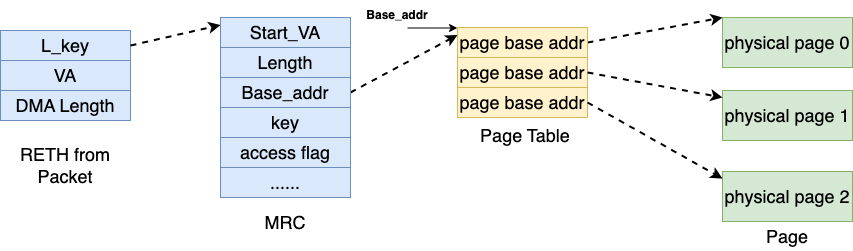
This is images/MR_Buffer1.png from Lion-tang/RDMA-Networks-Management, a draw.io export, as it was before one commit. Source tidied: cells renumbered, new cells last; positions are measured from the earlier drawing's top-left corner, leaving out a move shared by most shapes. Source of this version:
```xml
<mxGraphModel>
  <root>
    <mxCell id="0" />
    <mxCell id="1" parent="0" />
    <mxCell id="2" value="L_key" style="rounded=0;whiteSpace=wrap;html=1;fontSize=18;fillColor=#dae8fc;strokeColor=#6c8ebf;" parent="1" vertex="1">
      <mxGeometry y="30" width="130" height="30" as="geometry" />
    </mxCell>
    <mxCell id="3" style="rounded=0;jettySize=auto;html=1;exitX=1;exitY=0.5;exitDx=0;exitDy=0;entryX=0;entryY=0.25;entryDx=0;entryDy=0;dashed=1;strokeWidth=2;" parent="1" edge="1" source="2" target="7">
      <mxGeometry relative="1" as="geometry" />
    </mxCell>
    <mxCell id="4" value="VA" style="rounded=0;whiteSpace=wrap;html=1;fontSize=18;fillColor=#dae8fc;strokeColor=#6c8ebf;" parent="1" vertex="1">
      <mxGeometry y="60" width="130" height="30" as="geometry" />
    </mxCell>
    <mxCell id="5" value="&lt;font style=&quot;font-size: 18px;&quot;&gt;RETH from Packet&lt;/font&gt;" style="text;html=1;strokeColor=none;fillColor=none;align=center;verticalAlign=middle;whiteSpace=wrap;rounded=0;" parent="1" vertex="1">
      <mxGeometry x="10" y="150" width="110" height="30" as="geometry" />
    </mxCell>
    <mxCell id="6" value="DMA Length" style="rounded=0;whiteSpace=wrap;html=1;fontSize=18;fillColor=#dae8fc;strokeColor=#6c8ebf;" parent="1" vertex="1">
      <mxGeometry y="90" width="130" height="30" as="geometry" />
    </mxCell>
    <mxCell id="7" value="Start_VA" style="rounded=0;whiteSpace=wrap;html=1;fontSize=18;fillColor=#dae8fc;strokeColor=#6c8ebf;" parent="1" vertex="1">
      <mxGeometry x="220" y="17" width="130" height="30" as="geometry" />
    </mxCell>
    <mxCell id="8" value="Length" style="rounded=0;whiteSpace=wrap;html=1;fontSize=18;fillColor=#dae8fc;strokeColor=#6c8ebf;" parent="1" vertex="1">
      <mxGeometry x="220" y="47" width="130" height="30" as="geometry" />
    </mxCell>
    <mxCell id="9" value="&lt;font style=&quot;font-size: 18px;&quot;&gt;MRC&lt;/font&gt;" style="text;html=1;strokeColor=none;fillColor=none;align=center;verticalAlign=middle;whiteSpace=wrap;rounded=0;" parent="1" vertex="1">
      <mxGeometry x="255" y="207" width="60" height="30" as="geometry" />
    </mxCell>
    <mxCell id="10" style="rounded=0;jettySize=auto;html=1;exitX=1;exitY=0.5;exitDx=0;exitDy=0;entryX=0;entryY=0.25;entryDx=0;entryDy=0;dashed=1;strokeWidth=2;" parent="1" edge="1" source="11" target="15">
      <mxGeometry relative="1" as="geometry" />
    </mxCell>
    <mxCell id="11" value="Base_addr" style="rounded=0;whiteSpace=wrap;html=1;fontSize=18;fillColor=#dae8fc;strokeColor=#6c8ebf;" parent="1" vertex="1">
      <mxGeometry x="220" y="77" width="130" height="30" as="geometry" />
    </mxCell>
    <mxCell id="12" value="key" style="rounded=0;whiteSpace=wrap;html=1;fontSize=18;fillColor=#dae8fc;strokeColor=#6c8ebf;" parent="1" vertex="1">
      <mxGeometry x="220" y="107" width="130" height="30" as="geometry" />
    </mxCell>
    <mxCell id="13" value="access flag" style="rounded=0;whiteSpace=wrap;html=1;fontSize=18;fillColor=#dae8fc;strokeColor=#6c8ebf;" parent="1" vertex="1">
      <mxGeometry x="220" y="137" width="130" height="30" as="geometry" />
    </mxCell>
    <mxCell id="14" style="rounded=0;jettySize=auto;html=1;exitX=1;exitY=0.5;exitDx=0;exitDy=0;entryX=0;entryY=0;entryDx=0;entryDy=0;dashed=1;strokeWidth=2;" parent="1" edge="1" source="15" target="19">
      <mxGeometry relative="1" as="geometry" />
    </mxCell>
    <mxCell id="15" value="page base addr" style="rounded=0;whiteSpace=wrap;html=1;fontSize=18;fillColor=#fff2cc;strokeColor=#d6b656;" parent="1" vertex="1">
      <mxGeometry x="457" y="27" width="130" height="30" as="geometry" />
    </mxCell>
    <mxCell id="16" value="page base addr" style="rounded=0;whiteSpace=wrap;html=1;fontSize=18;fillColor=#fff2cc;strokeColor=#d6b656;" parent="1" vertex="1">
      <mxGeometry x="457" y="57" width="130" height="30" as="geometry" />
    </mxCell>
    <mxCell id="17" value="page base addr" style="rounded=0;whiteSpace=wrap;html=1;fontSize=18;fillColor=#fff2cc;strokeColor=#d6b656;" parent="1" vertex="1">
      <mxGeometry x="457" y="87" width="130" height="30" as="geometry" />
    </mxCell>
    <mxCell id="18" value="&lt;font style=&quot;font-size: 18px;&quot;&gt;Page Table&lt;/font&gt;" style="text;html=1;strokeColor=none;fillColor=none;align=center;verticalAlign=middle;whiteSpace=wrap;rounded=0;" parent="1" vertex="1">
      <mxGeometry x="469.5" y="120" width="110" height="30" as="geometry" />
    </mxCell>
    <mxCell id="19" value="physical page 0" style="rounded=0;whiteSpace=wrap;html=1;fontSize=18;fillColor=#d5e8d4;strokeColor=#82b366;" parent="1" vertex="1">
      <mxGeometry x="722" y="17" width="130" height="50" as="geometry" />
    </mxCell>
    <mxCell id="20" value="physical page 1" style="rounded=0;whiteSpace=wrap;html=1;fontSize=18;fillColor=#d5e8d4;strokeColor=#82b366;" parent="1" vertex="1">
      <mxGeometry x="722" y="90" width="130" height="50" as="geometry" />
    </mxCell>
    <mxCell id="21" value="physical page 2" style="rounded=0;whiteSpace=wrap;html=1;fontSize=18;fillColor=#d5e8d4;strokeColor=#82b366;" parent="1" vertex="1">
      <mxGeometry x="722" y="171" width="130" height="50" as="geometry" />
    </mxCell>
    <mxCell id="22" style="rounded=0;jettySize=auto;html=1;exitX=1;exitY=0.5;exitDx=0;exitDy=0;entryX=0;entryY=0.14;entryDx=0;entryDy=0;entryPerimeter=0;strokeWidth=2;dashed=1;" parent="1" edge="1" source="16" target="20">
      <mxGeometry relative="1" as="geometry" />
    </mxCell>
    <mxCell id="23" style="rounded=0;jettySize=auto;html=1;exitX=1;exitY=0.5;exitDx=0;exitDy=0;entryX=0;entryY=0.14;entryDx=0;entryDy=0;entryPerimeter=0;strokeWidth=2;dashed=1;" parent="1" edge="1" source="17" target="21">
      <mxGeometry relative="1" as="geometry" />
    </mxCell>
    <mxCell id="24" value="&lt;b&gt;Base_addr&lt;/b&gt;" style="text;html=1;strokeColor=none;fillColor=none;align=center;verticalAlign=middle;whiteSpace=wrap;rounded=0;" parent="1" vertex="1">
      <mxGeometry x="367" width="60" height="30" as="geometry" />
    </mxCell>
    <mxCell id="25" style="endArrow=classic;html=1;rounded=0;exitX=1;exitY=1;exitDx=0;exitDy=0;" parent="1" edge="1">
      <mxGeometry relative="1" as="geometry">
        <mxPoint x="407" y="27.5" as="sourcePoint" />
        <mxPoint x="457" y="27.5" as="targetPoint" />
      </mxGeometry>
    </mxCell>
    <mxCell id="26" value="&lt;font style=&quot;font-size: 18px;&quot;&gt;Page&lt;br&gt;&lt;/font&gt;" style="text;html=1;strokeColor=none;fillColor=none;align=center;verticalAlign=middle;whiteSpace=wrap;rounded=0;" parent="1" vertex="1">
      <mxGeometry x="732" y="221" width="110" height="30" as="geometry" />
    </mxCell>
    <mxCell id="27" value="......" style="rounded=0;whiteSpace=wrap;html=1;fontSize=18;fillColor=#dae8fc;strokeColor=#6c8ebf;" parent="1" vertex="1">
      <mxGeometry x="220" y="167" width="130" height="30" as="geometry" />
    </mxCell>
  </root>
</mxGraphModel>
```
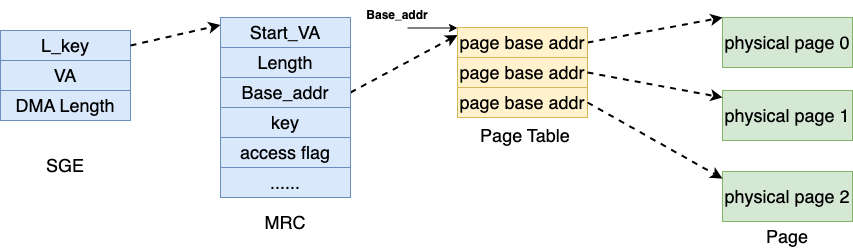
After the commit.

Commit message:
MR Buffer perfect,including index

What changed in the source:
```diff
@@ -11,7 +11,7 @@
     <mxCell id="4" value="VA" style="rounded=0;whiteSpace=wrap;html=1;fontSize=18;fillColor=#dae8fc;strokeColor=#6c8ebf;" parent="1" vertex="1">
       <mxGeometry y="60" width="130" height="30" as="geometry" />
     </mxCell>
-    <mxCell id="5" value="&lt;font style=&quot;font-size: 18px;&quot;&gt;RETH from Packet&lt;/font&gt;" style="text;html=1;strokeColor=none;fillColor=none;align=center;verticalAlign=middle;whiteSpace=wrap;rounded=0;" parent="1" vertex="1">
+    <mxCell id="5" value="&lt;font style=&quot;font-size: 18px;&quot;&gt;SGE&lt;/font&gt;" style="text;html=1;strokeColor=none;fillColor=none;align=center;verticalAlign=middle;whiteSpace=wrap;rounded=0;" parent="1" vertex="1">
       <mxGeometry x="10" y="150" width="110" height="30" as="geometry" />
     </mxCell>
     <mxCell id="6" value="DMA Length" style="rounded=0;whiteSpace=wrap;html=1;fontSize=18;fillColor=#dae8fc;strokeColor=#6c8ebf;" parent="1" vertex="1">
```
